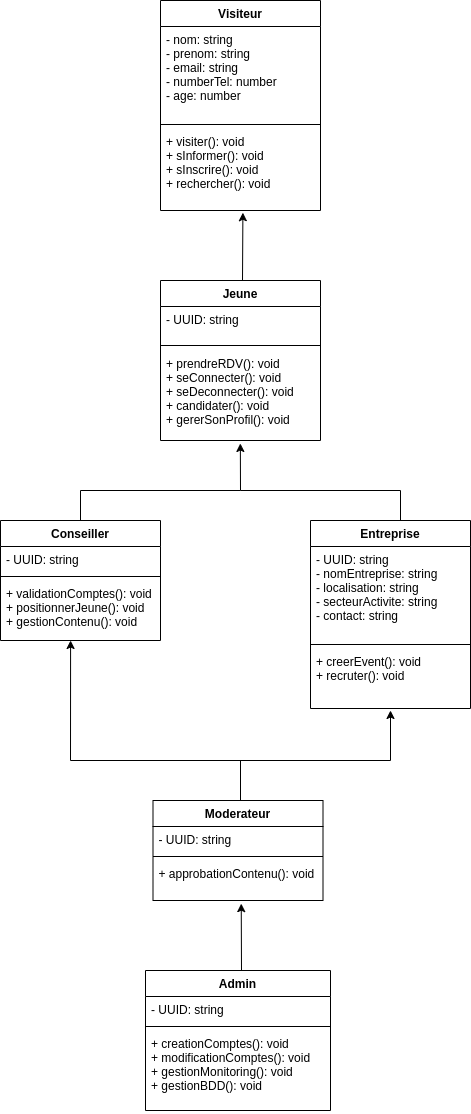
This is classe.drawio.png from delannoykurt/mission-locale, a draw.io export, as it was before one commit. Source tidied: cells renumbered, new cells last; positions are measured from the earlier drawing's top-left corner, leaving out a move shared by most shapes.
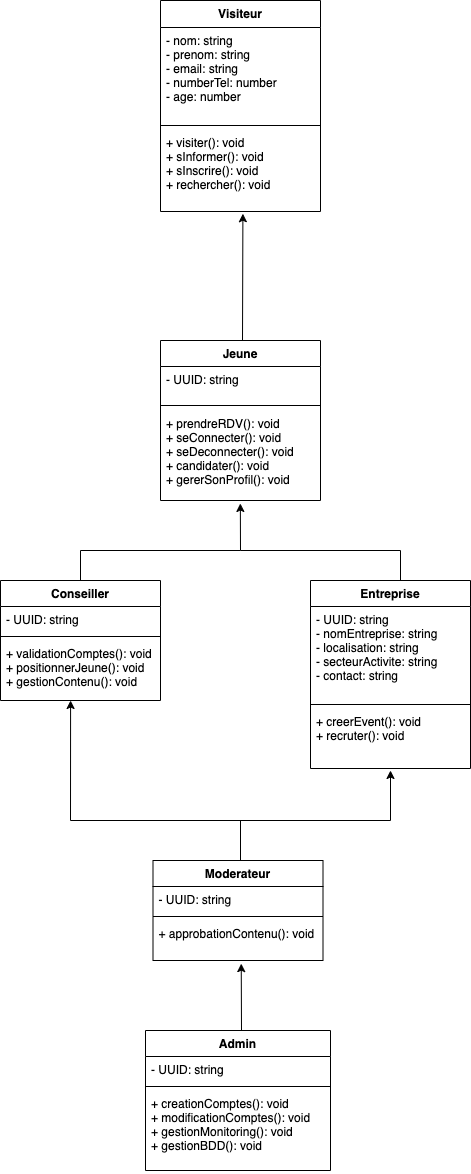
The same file after the commit.

The edit, as a diff of the source:
```diff
@@ -2,17 +2,17 @@
   <root>
     <mxCell id="0" />
     <mxCell id="1" parent="0" />
-    <mxCell id="2" value="Visiteur" style="swimlane;fontStyle=1;align=center;verticalAlign=top;horizontal=1;startSize=26;" parent="1" vertex="1">
-      <mxGeometry x="160" width="160" height="210" as="geometry" />
+    <mxCell id="2" value="Visiteur" style="swimlane;fontStyle=1;align=center;verticalAlign=top;horizontal=1;startSize=27;" parent="1" vertex="1">
+      <mxGeometry x="160" y="-60" width="160" height="211" as="geometry" />
     </mxCell>
     <mxCell id="3" value="- nom: string&#10;- prenom: string&#10;- email: string&#10;- numberTel: number&#10;- age: number" style="text;strokeColor=none;fillColor=none;align=left;verticalAlign=top;spacingLeft=4;spacingRight=4;overflow=hidden;" parent="2" vertex="1">
-      <mxGeometry y="26" width="160" height="94" as="geometry" />
+      <mxGeometry y="27" width="160" height="94" as="geometry" />
     </mxCell>
     <mxCell id="4" style="line;strokeWidth=1;fillColor=none;align=left;verticalAlign=middle;spacingTop=-1;spacingLeft=3;spacingRight=3;labelPosition=right;" parent="2" vertex="1">
-      <mxGeometry y="120" width="160" height="8" as="geometry" />
+      <mxGeometry y="121" width="160" height="8" as="geometry" />
     </mxCell>
     <mxCell id="5" value="+ visiter(): void&#10;+ sInformer(): void&#10;+ sInscrire(): void&#10;+ rechercher(): void" style="text;strokeColor=none;fillColor=none;align=left;verticalAlign=top;spacingLeft=4;spacingRight=4;overflow=hidden;points=[[0,0.5],[1,0.5]];portConstraint=eastwest;" parent="2" vertex="1">
-      <mxGeometry y="128" width="160" height="82" as="geometry" />
+      <mxGeometry y="129" width="160" height="82" as="geometry" />
     </mxCell>
     <mxCell id="6" value="Jeune" style="swimlane;fontStyle=1;align=center;verticalAlign=top;horizontal=1;startSize=26;" parent="1" vertex="1">
       <mxGeometry x="160" y="280" width="160" height="160" as="geometry" />
```
